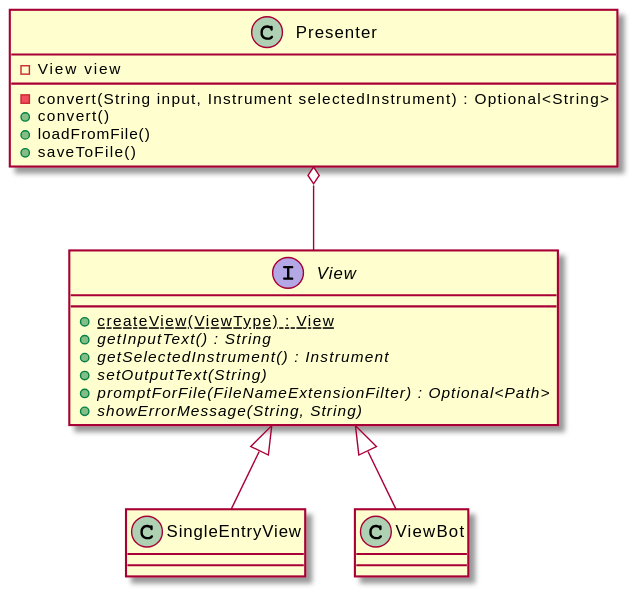
Earlier version of the PlantUML export Documentation/frontend-class-diagram.svg (ahopk127/eecs2311-tab2xml).
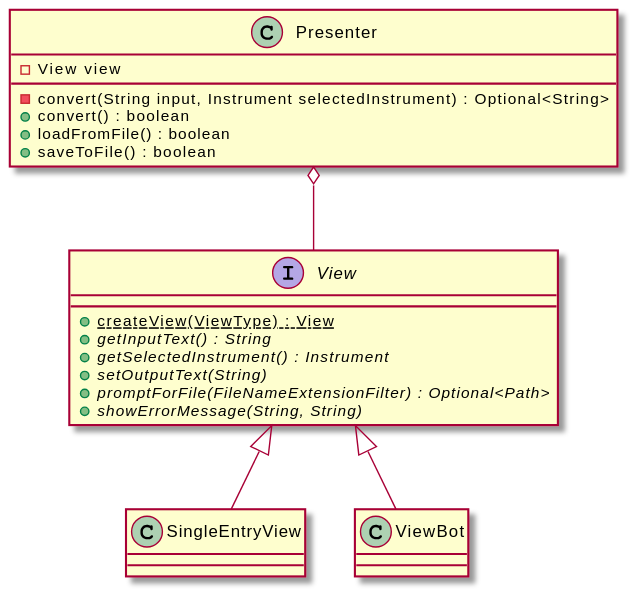
Above is the later version.

Commit message:
Presenter methods now return a success boolean

The edit, as a diff of the source:
```diff
@@ -12,9 +12,9 @@
   -View view
 
   -convert(String input, Instrument selectedInstrument) : Optional<String>
-  +convert()
-  +loadFromFile()
-  +saveToFile()
+  +convert() : boolean
+  +loadFromFile() : boolean
+  +saveToFile() : boolean
 }
 
 Presenter o-- View
```
